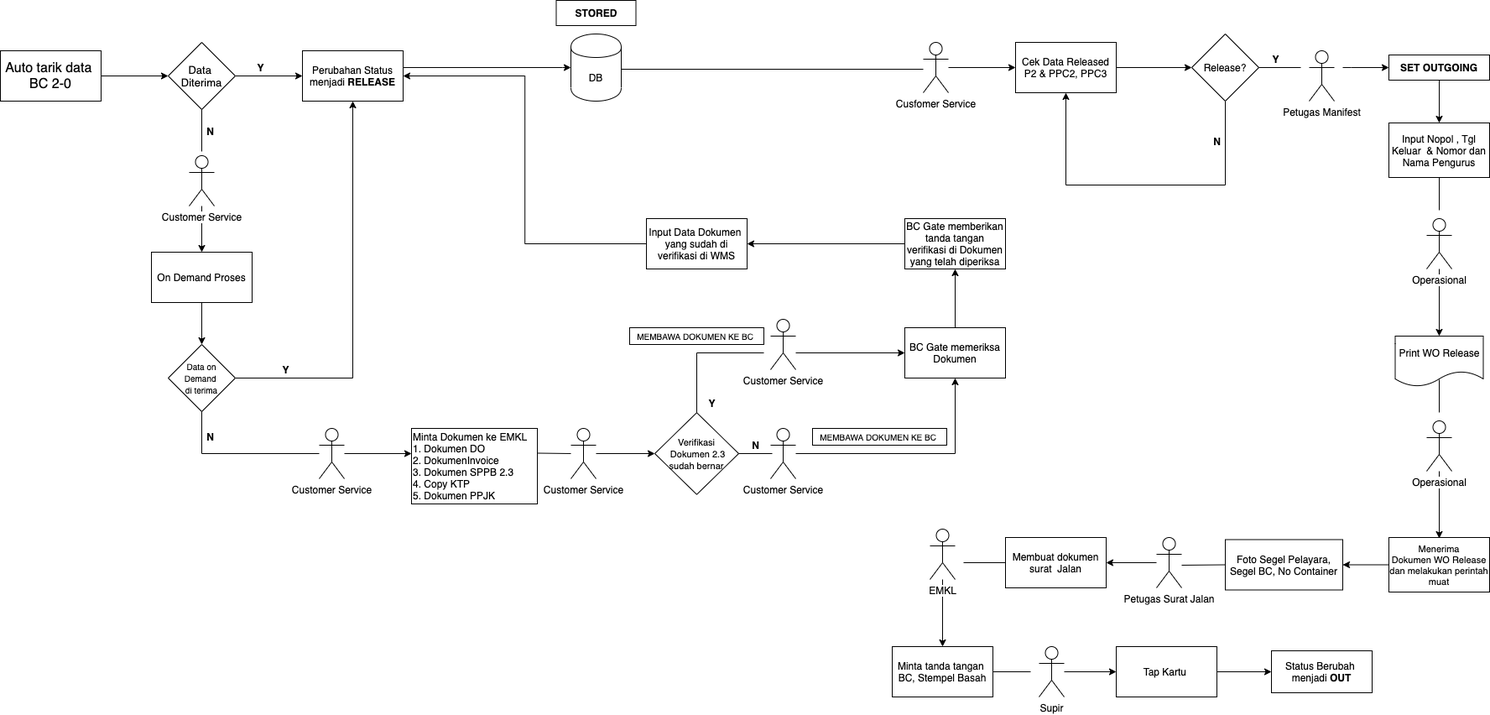
Earlier version of the draw.io export img/fcl20.png (sftmm/User-Manual). Source tidied: cells renumbered, new cells last; positions are measured from the earlier drawing's top-left corner, leaving out a move shared by most shapes.
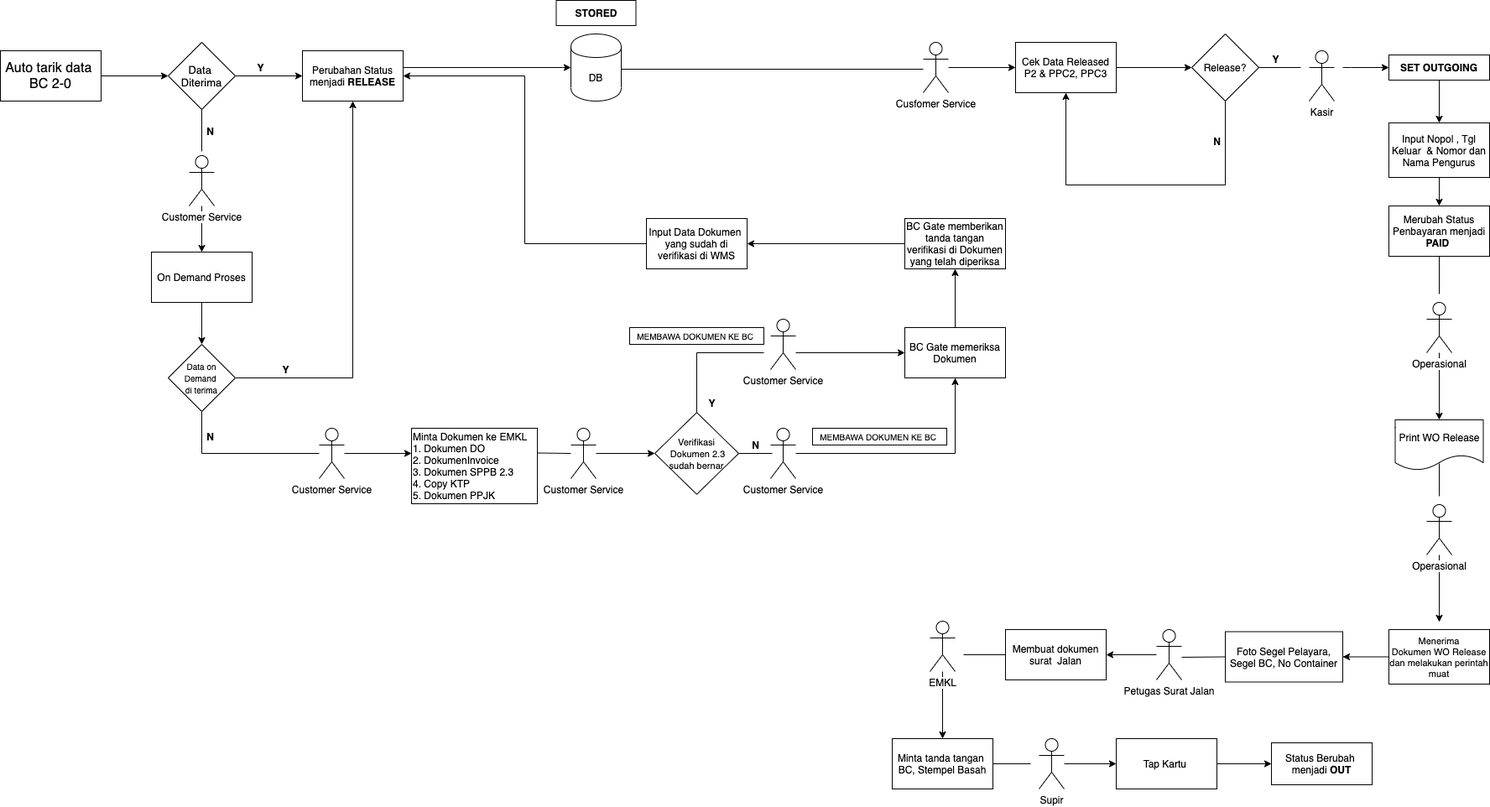
Later version of the same file.

Change to the diagram source:
```diff
@@ -156,12 +156,15 @@
     </mxCell>
     <mxCell id="39" style="edgeStyle=orthogonalEdgeStyle;rounded=0;jettySize=auto;html=1;" parent="1" edge="1" source="40">
       <mxGeometry relative="1" as="geometry">
-        <mxPoint x="1715" y="400" as="targetPoint" />
+        <mxPoint x="1715" y="500" as="targetPoint" />
       </mxGeometry>
     </mxCell>
     <mxCell id="40" value="Operasional" style="shape=umlActor;verticalLabelPosition=bottom;labelBackgroundColor=#ffffff;verticalAlign=top;html=1;outlineConnect=0;" parent="1" vertex="1">
-      <mxGeometry x="1700" y="260" width="30" height="60" as="geometry" />
+      <mxGeometry x="1700" y="360" width="30" height="60" as="geometry" />
     </mxCell>
+    <mxCell id="86" style="edgeStyle=orthogonalEdgeStyle;rounded=0;jettySize=auto;html=1;" parent="1" edge="1" source="41" target="88">
+      <mxGeometry relative="1" as="geometry" />
+    </mxCell>
     <mxCell id="41" value="&lt;p class=&quot;MsoNormal&quot; align=&quot;center&quot;&gt;Input Nopol , Tgl Keluar&amp;nbsp; &amp;amp; Nomor dan Nama Pengurus&lt;/p&gt;" style="rounded=0;whiteSpace=wrap;html=1;align=center;" parent="1" vertex="1">
       <mxGeometry x="1655" y="146" width="120" height="65" as="geometry" />
     </mxCell>
@@ -172,19 +175,19 @@
       <mxGeometry x="1655" y="65" width="120" height="30" as="geometry" />
     </mxCell>
     <mxCell id="44" value="&lt;p class=&quot;MsoNormal&quot; align=&quot;center&quot;&gt;Foto Segel Pelayara, Segel BC, No Container&lt;/p&gt;" style="rounded=0;whiteSpace=wrap;html=1;align=center;" parent="1" vertex="1">
-      <mxGeometry x="1460" y="642.5" width="140" height="60" as="geometry" />
+      <mxGeometry x="1460" y="752.5" width="140" height="60" as="geometry" />
     </mxCell>
     <mxCell id="45" value="Membuat dokumen surat&amp;nbsp; Jalan" style="rounded=0;whiteSpace=wrap;html=1;align=center;" parent="1" vertex="1">
-      <mxGeometry x="1198" y="640" width="120" height="60" as="geometry" />
+      <mxGeometry x="1198" y="750" width="120" height="60" as="geometry" />
     </mxCell>
     <mxCell id="46" style="edgeStyle=orthogonalEdgeStyle;rounded=0;jettySize=auto;html=1;" parent="1" edge="1" source="47" target="48">
       <mxGeometry relative="1" as="geometry" />
     </mxCell>
     <mxCell id="47" value="Tap Kartu&amp;nbsp;" style="rounded=0;whiteSpace=wrap;html=1;align=center;" parent="1" vertex="1">
-      <mxGeometry x="1330" y="770" width="120" height="60" as="geometry" />
+      <mxGeometry x="1330" y="880" width="120" height="60" as="geometry" />
     </mxCell>
     <mxCell id="48" value="Status Berubah&amp;nbsp;&lt;br&gt;menjadi &lt;b&gt;OUT&lt;/b&gt;" style="rounded=0;whiteSpace=wrap;html=1;align=center;" parent="1" vertex="1">
-      <mxGeometry x="1515" y="775" width="120" height="50" as="geometry" />
+      <mxGeometry x="1515" y="885" width="120" height="50" as="geometry" />
     </mxCell>
     <mxCell id="49" value="&lt;b&gt;Y&lt;/b&gt;" style="text;html=1;align=center;verticalAlign=middle;" parent="1" vertex="1">
       <mxGeometry x="838" y="470" width="20" height="20" as="geometry" />
@@ -205,7 +208,7 @@
       <mxGeometry x="240" y="146" width="20" height="20" as="geometry" />
     </mxCell>
     <mxCell id="55" value="Print WO Release" style="shape=document;whiteSpace=wrap;html=1;boundedLbl=1;" parent="1" vertex="1">
-      <mxGeometry x="1662.5" y="400" width="105" height="60" as="geometry" />
+      <mxGeometry x="1662.5" y="500" width="105" height="60" as="geometry" />
     </mxCell>
     <mxCell id="56" style="edgeStyle=orthogonalEdgeStyle;rounded=0;jettySize=auto;html=1;" parent="1" edge="1" target="43">
       <mxGeometry relative="1" as="geometry">
@@ -216,44 +219,44 @@
         </Array>
       </mxGeometry>
     </mxCell>
-    <mxCell id="57" value="Petugas Manifest" style="shape=umlActor;verticalLabelPosition=bottom;labelBackgroundColor=#ffffff;verticalAlign=top;html=1;" parent="1" vertex="1">
+    <mxCell id="57" value="Kasir" style="shape=umlActor;verticalLabelPosition=bottom;labelBackgroundColor=#ffffff;verticalAlign=top;html=1;" parent="1" vertex="1">
       <mxGeometry x="1560" y="60" width="30" height="60" as="geometry" />
     </mxCell>
     <mxCell id="58" style="edgeStyle=orthogonalEdgeStyle;rounded=0;jettySize=auto;html=1;" parent="1" edge="1" source="59" target="44">
       <mxGeometry relative="1" as="geometry" />
     </mxCell>
     <mxCell id="59" value="&lt;p class=&quot;MsoNormal&quot; align=&quot;center&quot; style=&quot;font-size: 11px&quot;&gt;&lt;font style=&quot;font-size: 11px&quot;&gt;Menerima Dokumen&amp;nbsp;&lt;/font&gt;&lt;span&gt;WO Release dan melakukan perintah muat&lt;/span&gt;&lt;/p&gt;" style="rounded=0;whiteSpace=wrap;html=1;align=center;" parent="1" vertex="1">
-      <mxGeometry x="1655" y="640" width="120" height="65" as="geometry" />
+      <mxGeometry x="1655" y="750" width="120" height="65" as="geometry" />
     </mxCell>
     <mxCell id="60" style="edgeStyle=orthogonalEdgeStyle;rounded=0;jettySize=auto;html=1;" parent="1" edge="1" source="61" target="62">
       <mxGeometry relative="1" as="geometry" />
     </mxCell>
     <mxCell id="61" value="EMKL" style="shape=umlActor;verticalLabelPosition=bottom;labelBackgroundColor=#ffffff;verticalAlign=top;html=1;outlineConnect=0;" parent="1" vertex="1">
-      <mxGeometry x="1108" y="630" width="30" height="60" as="geometry" />
+      <mxGeometry x="1108" y="740" width="30" height="60" as="geometry" />
     </mxCell>
     <mxCell id="62" value="Minta tanda tangan&amp;nbsp;&lt;br&gt;BC, Stempel Basah" style="rounded=0;whiteSpace=wrap;html=1;align=center;" parent="1" vertex="1">
-      <mxGeometry x="1063" y="770" width="120" height="60" as="geometry" />
+      <mxGeometry x="1063" y="880" width="120" height="60" as="geometry" />
     </mxCell>
     <mxCell id="63" style="endArrow=none;html=1;entryX=1;entryY=0.5;entryDx=0;entryDy=0;" parent="1" edge="1" target="62">
       <mxGeometry relative="1" as="geometry">
-        <mxPoint x="1228" y="800" as="sourcePoint" />
+        <mxPoint x="1228" y="910" as="sourcePoint" />
       </mxGeometry>
     </mxCell>
     <mxCell id="64" style="edgeStyle=orthogonalEdgeStyle;rounded=0;jettySize=auto;html=1;" parent="1" edge="1" source="65" target="47">
       <mxGeometry relative="1" as="geometry" />
     </mxCell>
     <mxCell id="65" value="Supir" style="shape=umlActor;verticalLabelPosition=bottom;labelBackgroundColor=#ffffff;verticalAlign=top;html=1;outlineConnect=0;" parent="1" vertex="1">
-      <mxGeometry x="1238" y="770" width="30" height="60" as="geometry" />
+      <mxGeometry x="1238" y="880" width="30" height="60" as="geometry" />
     </mxCell>
     <mxCell id="66" style="edgeStyle=orthogonalEdgeStyle;rounded=0;jettySize=auto;html=1;" parent="1" edge="1" source="67" target="45">
       <mxGeometry relative="1" as="geometry" />
     </mxCell>
     <mxCell id="67" value="Petugas Surat Jalan" style="shape=umlActor;verticalLabelPosition=bottom;labelBackgroundColor=#ffffff;verticalAlign=top;html=1;outlineConnect=0;" parent="1" vertex="1">
-      <mxGeometry x="1378" y="640" width="30" height="60" as="geometry" />
+      <mxGeometry x="1378" y="750" width="30" height="60" as="geometry" />
     </mxCell>
     <mxCell id="68" style="endArrow=none;html=1;exitX=0;exitY=0.5;exitDx=0;exitDy=0;" parent="1" edge="1" source="45">
       <mxGeometry relative="1" as="geometry">
-        <mxPoint x="1148" y="670" as="targetPoint" />
+        <mxPoint x="1148" y="780" as="targetPoint" />
       </mxGeometry>
     </mxCell>
     <mxCell id="69" value="&lt;b&gt;Y&lt;/b&gt;" style="text;html=1;align=center;verticalAlign=middle;" parent="1" vertex="1">
@@ -262,28 +265,23 @@
     <mxCell id="70" value="&lt;b&gt;N&lt;/b&gt;" style="text;html=1;align=center;verticalAlign=middle;" parent="1" vertex="1">
       <mxGeometry x="1440" y="158" width="20" height="20" as="geometry" />
     </mxCell>
-    <mxCell id="71" style="endArrow=none;html=1;exitX=0.5;exitY=1;exitDx=0;exitDy=0;" parent="1" edge="1" source="41">
-      <mxGeometry relative="1" as="geometry">
-        <mxPoint x="1715" y="250" as="targetPoint" />
-      </mxGeometry>
-    </mxCell>
-    <mxCell id="72" style="edgeStyle=orthogonalEdgeStyle;rounded=0;jettySize=auto;html=1;" parent="1" edge="1" source="73">
-      <mxGeometry relative="1" as="geometry">
-        <mxPoint x="1715" y="641" as="targetPoint" />
-      </mxGeometry>
-    </mxCell>
+    <mxCell id="87" style="edgeStyle=orthogonalEdgeStyle;rounded=0;jettySize=auto;html=1;" parent="1" edge="1" source="73">
+      <mxGeometry relative="1" as="geometry">
+        <mxPoint x="1715" y="741" as="targetPoint" />
+      </mxGeometry>
+    </mxCell>
     <mxCell id="73" value="Operasional" style="shape=umlActor;verticalLabelPosition=bottom;labelBackgroundColor=#ffffff;verticalAlign=top;html=1;outlineConnect=0;" parent="1" vertex="1">
-      <mxGeometry x="1700" y="501" width="30" height="60" as="geometry" />
+      <mxGeometry x="1700" y="601" width="30" height="60" as="geometry" />
     </mxCell>
     <mxCell id="74" style="endArrow=none;html=1;exitX=0.5;exitY=1;exitDx=0;exitDy=0;" parent="1" edge="1">
       <mxGeometry relative="1" as="geometry">
-        <mxPoint x="1715" y="452" as="sourcePoint" />
-        <mxPoint x="1715" y="491" as="targetPoint" />
+        <mxPoint x="1715" y="552" as="sourcePoint" />
+        <mxPoint x="1715" y="591" as="targetPoint" />
       </mxGeometry>
     </mxCell>
     <mxCell id="75" style="endArrow=none;html=1;exitX=0;exitY=0.5;exitDx=0;exitDy=0;" parent="1" edge="1" source="44">
       <mxGeometry relative="1" as="geometry">
-        <mxPoint x="1408" y="673" as="targetPoint" />
+        <mxPoint x="1408" y="783" as="targetPoint" />
       </mxGeometry>
     </mxCell>
     <mxCell id="76" style="edgeStyle=orthogonalEdgeStyle;rounded=0;jettySize=auto;html=1;" parent="1" edge="1" source="77" target="79">
@@ -323,5 +321,13 @@
     <mxCell id="85" value="&lt;font style=&quot;font-size: 10px&quot;&gt;MEMBAWA DOKUMEN KE BC&amp;nbsp;&lt;/font&gt;" style="rounded=0;whiteSpace=wrap;html=1;" parent="1" vertex="1">
       <mxGeometry x="750" y="390" width="160" height="20" as="geometry" />
     </mxCell>
+    <mxCell id="88" value="Merubah Status Penbayaran menjadi &lt;b&gt;PAID&lt;/b&gt;&amp;nbsp;" style="rounded=0;whiteSpace=wrap;html=1;" parent="1" vertex="1">
+      <mxGeometry x="1655" y="245" width="120" height="60" as="geometry" />
+    </mxCell>
+    <mxCell id="89" style="endArrow=none;html=1;exitX=0.5;exitY=1;exitDx=0;exitDy=0;" parent="1" edge="1" source="88">
+      <mxGeometry relative="1" as="geometry">
+        <mxPoint x="1715" y="350" as="targetPoint" />
+      </mxGeometry>
+    </mxCell>
   </root>
 </mxGraphModel>
```
